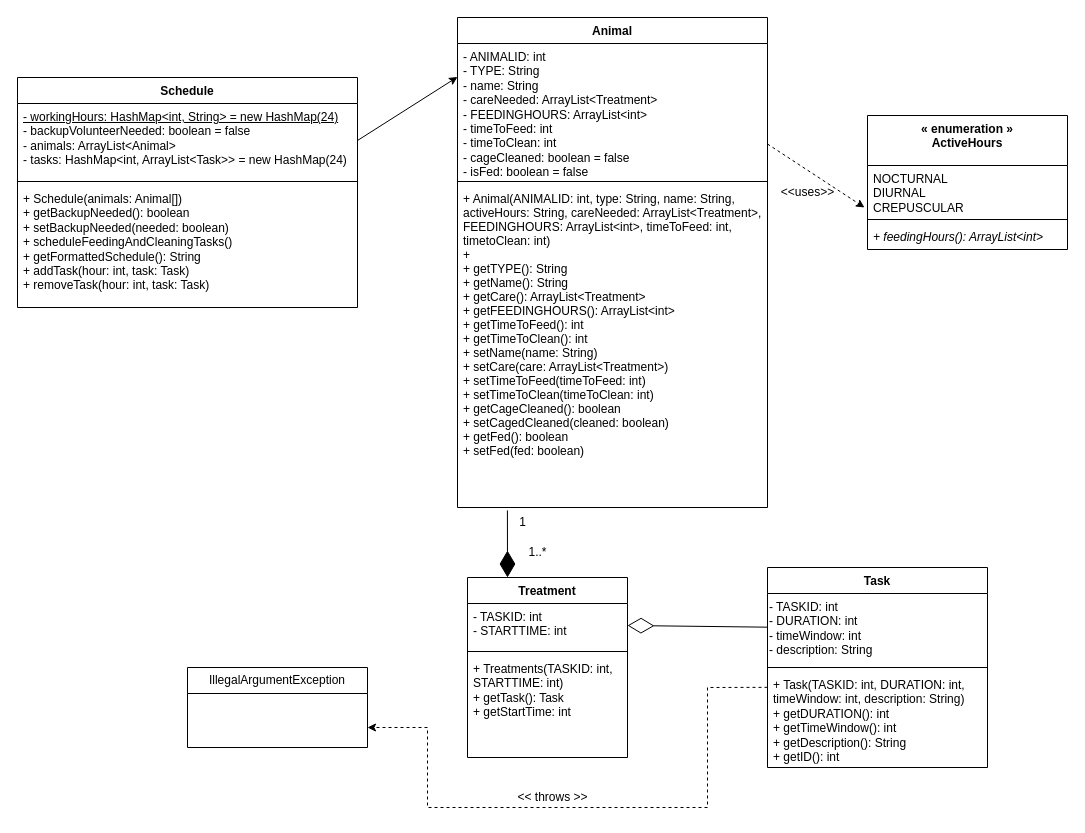
This is 64.drawio from aryan-karadia/Mock-Schedule-Builder, a draw.io file, before an edit. Source tidied: cells renumbered, new cells numbered last; positions are measured from the earlier drawing's top-left corner, leaving out a move shared by most shapes. Both pictures are drawn from the tidied source at 100%, with x=0, y=0 at pixel (17, 17).
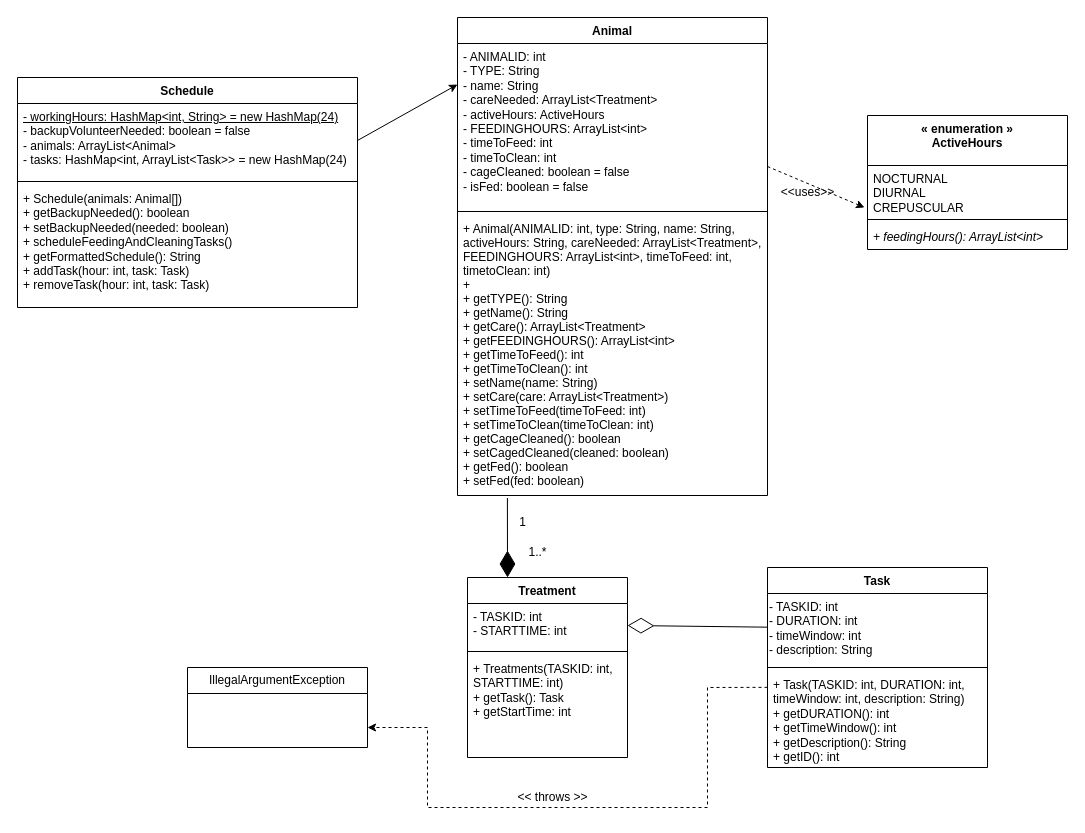
Above is the later version.

Commit message:
Animal Class: The ActiveHours enum has been replaced by an ActiveHours object, which also contains the active hours for the animal.

Change to the diagram source:
```diff
@@
     <mxCell id="2" value="Animal" style="swimlane;fontStyle=1;align=center;verticalAlign=top;horizontal=1;startSize=26;" parent="1" vertex="1">
-      <mxGeometry x="440" width="310" height="490" as="geometry" />
+      <mxGeometry x="440" width="310" height="478" as="geometry" />
     </mxCell>
-    <mxCell id="3" value="&lt;span style=&quot;font-family: Helvetica; font-size: 12px; font-style: normal; font-variant-ligatures: normal; font-variant-caps: normal; font-weight: 400; letter-spacing: normal; orphans: 2; text-align: left; text-indent: 0px; text-transform: none; widows: 2; word-spacing: 0px; -webkit-text-stroke-width: 0px; text-decoration-thickness: initial; text-decoration-style: initial; text-decoration-color: initial; float: none; display: inline !important;&quot;&gt;- ANIMALID: int&lt;br&gt;- TYPE: String&lt;br&gt;- name: String&lt;br&gt;- careNeeded: ArrayList&amp;lt;Treatment&amp;gt;&lt;br&gt;- FEEDINGHOURS: ArrayList&amp;lt;int&amp;gt;&lt;br&gt;- timeToFeed: int&lt;br&gt;- timeToClean: int&lt;br&gt;- cageCleaned: boolean = false&lt;br&gt;- isFed: boolean = false&lt;br&gt;&lt;/span&gt;" style="text;whiteSpace=wrap;html=1;labelBackgroundColor=none;fontColor=default;spacingLeft=4;spacingRight=4;fontStyle=0;" parent="2" vertex="1">
-      <mxGeometry y="26" width="310" height="134" as="geometry" />
+    <mxCell id="3" value="&lt;span style=&quot;font-family: Helvetica; font-size: 12px; font-style: normal; font-variant-ligatures: normal; font-variant-caps: normal; font-weight: 400; letter-spacing: normal; orphans: 2; text-align: left; text-indent: 0px; text-transform: none; widows: 2; word-spacing: 0px; -webkit-text-stroke-width: 0px; text-decoration-thickness: initial; text-decoration-style: initial; text-decoration-color: initial; float: none; display: inline !important;&quot;&gt;- ANIMALID: int&lt;br&gt;- TYPE: String&lt;br&gt;- name: String&lt;br&gt;- careNeeded: ArrayList&amp;lt;Treatment&amp;gt;&lt;br&gt;- activeHours: ActiveHours&lt;br&gt;- FEEDINGHOURS: ArrayList&amp;lt;int&amp;gt;&lt;br&gt;- timeToFeed: int&lt;br&gt;- timeToClean: int&lt;br&gt;- cageCleaned: boolean = false&lt;br&gt;- isFed: boolean = false&lt;br&gt;&lt;br&gt;&lt;/span&gt;" style="text;whiteSpace=wrap;html=1;labelBackgroundColor=none;fontColor=default;spacingLeft=4;spacingRight=4;fontStyle=0;" parent="2" vertex="1">
+      <mxGeometry y="26" width="310" height="164" as="geometry" />
     </mxCell>
     <mxCell id="4" style="line;strokeWidth=1;fillColor=none;align=left;verticalAlign=middle;spacingTop=-1;spacingLeft=3;spacingRight=3;labelPosition=right;strokeColor=inherit;" parent="2" vertex="1">
-      <mxGeometry y="160" width="310" height="8" as="geometry" />
+      <mxGeometry y="190" width="310" height="8" as="geometry" />
     </mxCell>
     <mxCell id="5" value="+ Animal(ANIMALID: int, type: String, name: String, &#10;activeHours: String, careNeeded: ArrayList&lt;Treatment&gt;, &#10;FEEDINGHOURS: ArrayList&lt;int&gt;, timeToFeed: int, &#10;timetoClean: int)&#10;+ &#10;+ getTYPE(): String&#10;+ getName(): String&#10;+ getCare(): ArrayList&lt;Treatment&gt;&#10;+ getFEEDINGHOURS(): ArrayList&lt;int&gt;&#10;+ getTimeToFeed(): int&#10;+ getTimeToClean(): int&#10;+ setName(name: String)&#10;+ setCare(care: ArrayList&lt;Treatment&gt;)&#10;+ setTimeToFeed(timeToFeed: int)&#10;+ setTimeToClean(timeToClean: int)&#10;+ getCageCleaned(): boolean&#10;+ setCagedCleaned(cleaned: boolean)&#10;+ getFed(): boolean&#10;+ setFed(fed: boolean)&#10;&#10;" style="text;strokeColor=none;fillColor=none;align=left;verticalAlign=top;spacingLeft=4;spacingRight=4;overflow=hidden;points=[[0,0.5],[1,0.5]];portConstraint=eastwest;" parent="2" vertex="1">
-      <mxGeometry y="168" width="310" height="322" as="geometry" />
+      <mxGeometry y="198" width="310" height="280" as="geometry" />
     </mxCell>
```
